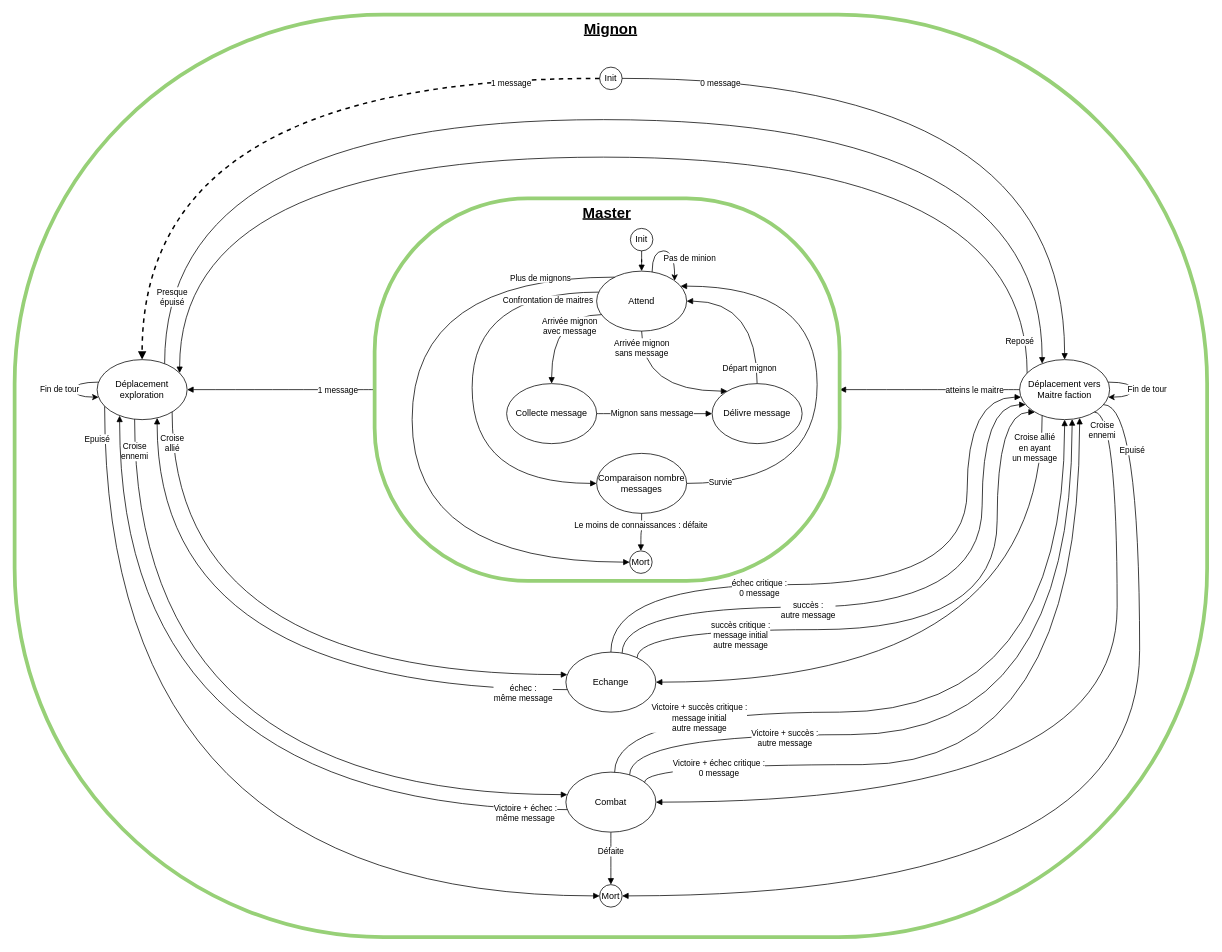
The draw.io diagram schemes/State transition.drawio in Xisabla/Illuvatar, before the edit. Source tidied: cells renumbered, new cells numbered last; positions are measured from the earlier drawing's top-left corner, leaving out a move shared by most shapes. Both pictures are drawn from the tidied source at 75%, with x=0, y=0 at pixel (14, 14).
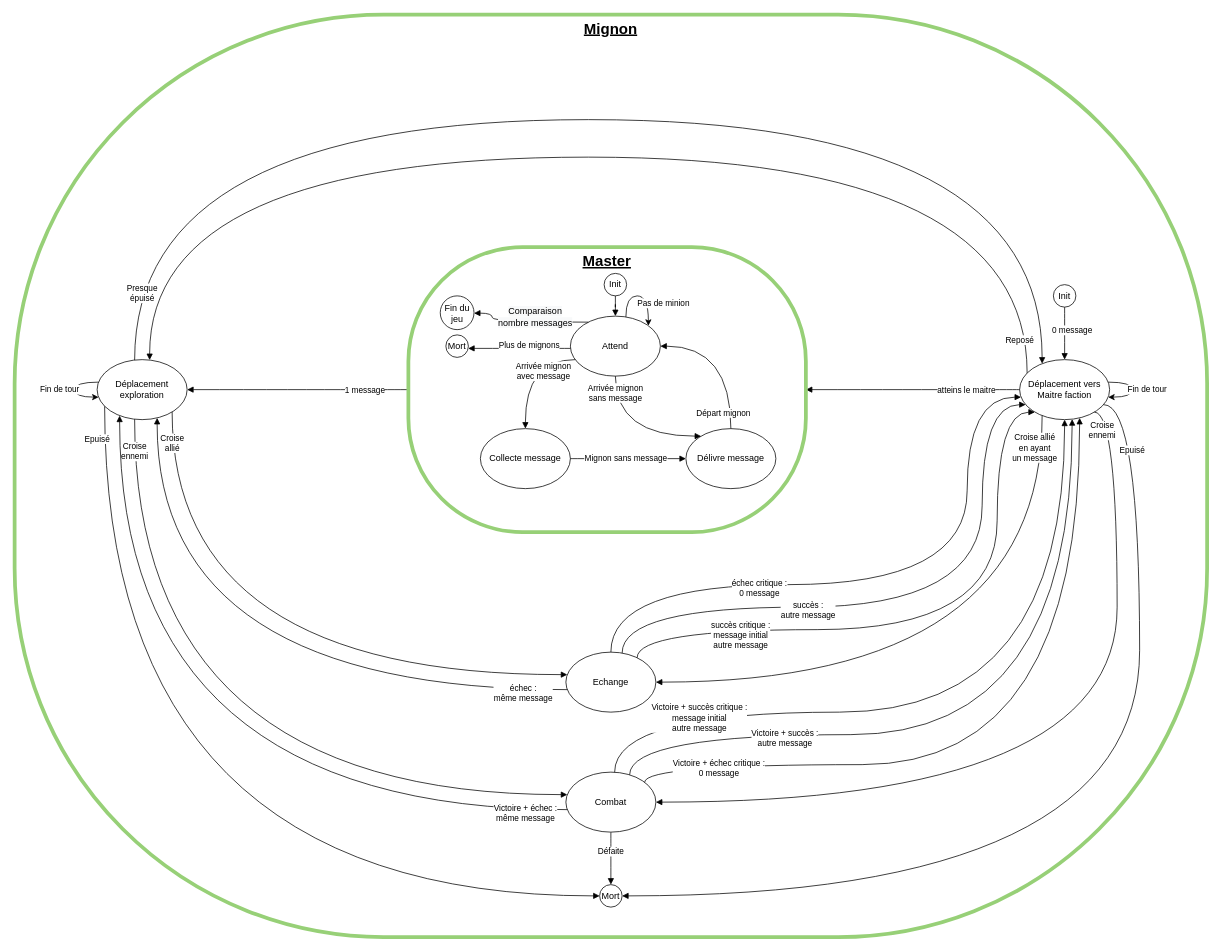
After the change.

Commit message (it also covers changes not shown here):
update schemes with discussions

The change refers to these unchanged cells:
```xml
<mxCell id="5" value="Déplacement&lt;br&gt;exploration" style="ellipse;whiteSpace=wrap;html=1;strokeColor=default;strokeWidth=1;" parent="1" vertex="1">
  <mxGeometry x="110" y="460" width="120" height="80" as="geometry" />
</mxCell>
<mxCell id="16" value="Déplacement vers&lt;br&gt;Maitre faction" style="ellipse;whiteSpace=wrap;html=1;strokeColor=default;strokeWidth=1;" parent="1" vertex="1">
  <mxGeometry x="1340" y="460" width="120" height="80" as="geometry" />
</mxCell>
```

What changed in the source:
```diff
@@
     <mxCell id="4" value="Presque&lt;br&gt;épuisé" style="edgeStyle=orthogonalEdgeStyle;curved=1;jettySize=auto;html=1;endArrow=block;endSize=6;targetPerimeterSpacing=0;verticalAlign=bottom;" parent="1" edge="1" source="5" target="16">
       <mxGeometry x="-0.92" y="-10" relative="1" as="geometry">
         <Array as="points">
-          <mxPoint x="200" y="140" />
+          <mxPoint x="160" y="140" />
           <mxPoint x="1370" y="140" />
         </Array>
       </mxGeometry>
     </mxCell>
@@
     <mxCell id="10" value="Init" style="ellipse;whiteSpace=wrap;html=1;strokeColor=default;strokeWidth=1;" parent="1" vertex="1">
-      <mxGeometry x="780" y="70" width="30" height="30" as="geometry" />
+      <mxGeometry x="1385" y="360" width="30" height="30" as="geometry" />
     </mxCell>
     <mxCell id="11" value="0 message" style="html=1;verticalAlign=bottom;endArrow=block;endSize=6;targetPerimeterSpacing=0;edgeStyle=orthogonalEdgeStyle;curved=1;" parent="1" edge="1" source="10" target="16">
-      <mxGeometry x="-0.73" y="-15" relative="1" as="geometry">
-        <mxPoint x="1" as="offset" />
-      </mxGeometry>
+      <mxGeometry x="0.14" y="10" relative="1" as="geometry" />
     </mxCell>
@@
     <mxCell id="15" value="Reposé" style="edgeStyle=orthogonalEdgeStyle;curved=1;jettySize=auto;html=1;endArrow=block;endSize=6;targetPerimeterSpacing=0;verticalAlign=bottom;" parent="1" edge="1" source="16" target="5">
       <mxGeometry x="-0.96" y="10" relative="1" as="geometry">
         <Array as="points">
           <mxPoint x="1350" y="190" />
-          <mxPoint x="220" y="190" />
+          <mxPoint x="180" y="190" />
         </Array>
       </mxGeometry>
     </mxCell>
@@
-    <mxCell id="21" value="1 message" style="html=1;verticalAlign=bottom;endArrow=block;endSize=6;targetPerimeterSpacing=0;edgeStyle=orthogonalEdgeStyle;curved=1;dashed=1;strokeWidth=2;" parent="1" edge="1" source="10" target="5">
-      <mxGeometry x="-0.76" y="15" relative="1" as="geometry" />
-    </mxCell>
@@
     <mxCell id="30" style="group;" parent="1" vertex="1">
-      <mxGeometry x="480" y="245" width="620" height="510" as="geometry" />
+      <mxGeometry x="480" y="250" width="620" height="510" as="geometry" />
     </mxCell>
     <mxCell id="31" value="Master" style="rounded=1;whiteSpace=wrap;html=1;strokeColor=#97D077;strokeWidth=5;fillColor=none;verticalAlign=top;fontStyle=5;fontSize=20;arcSize=40;" parent="30" vertex="1">
-      <mxGeometry width="620" height="510" as="geometry" />
+      <mxGeometry x="45" y="60" width="530" height="380" as="geometry" />
     </mxCell>
     <mxCell id="32" value="Init" style="ellipse;whiteSpace=wrap;html=1;strokeColor=default;strokeWidth=1;" parent="30" vertex="1">
-      <mxGeometry x="341" y="40" width="30" height="30" as="geometry" />
+      <mxGeometry x="306" y="95" width="30" height="30" as="geometry" />
     </mxCell>
     <mxCell id="33" value="Attend" style="ellipse;whiteSpace=wrap;html=1;strokeColor=default;strokeWidth=1;" parent="30" vertex="1">
-      <mxGeometry x="296" y="97" width="120" height="80" as="geometry" />
+      <mxGeometry x="261" y="152" width="120" height="80" as="geometry" />
     </mxCell>
@@
     <mxCell id="35" value="Collecte message" style="ellipse;whiteSpace=wrap;html=1;strokeColor=default;strokeWidth=1;" parent="30" vertex="1">
-      <mxGeometry x="176" y="247" width="120" height="80" as="geometry" />
+      <mxGeometry x="141" y="302" width="120" height="80" as="geometry" />
     </mxCell>
     <mxCell id="36" value="Arrivée mignon&lt;br&gt;avec message" style="edgeStyle=orthogonalEdgeStyle;curved=1;jettySize=auto;html=1;endArrow=block;endSize=6;targetPerimeterSpacing=0;verticalAlign=bottom;" parent="30" edge="1" source="33" target="35">
       <mxGeometry x="0.22" y="24" relative="1" as="geometry">
         <Array as="points">
-          <mxPoint x="236" y="155" />
+          <mxPoint x="201" y="210" />
         </Array>
       </mxGeometry>
     </mxCell>
     <mxCell id="37" value="Départ mignon" style="edgeStyle=orthogonalEdgeStyle;curved=1;jettySize=auto;html=1;endArrow=block;endSize=6;targetPerimeterSpacing=0;verticalAlign=bottom;" parent="30" edge="1" source="38" target="33">
       <mxGeometry x="-0.88" y="10" relative="1" as="geometry">
         <Array as="points">
-          <mxPoint x="510" y="137" />
+          <mxPoint x="475" y="192" />
         </Array>
       </mxGeometry>
     </mxCell>
     <mxCell id="38" value="Délivre message" style="ellipse;whiteSpace=wrap;html=1;strokeColor=default;strokeWidth=1;" parent="30" vertex="1">
-      <mxGeometry x="450" y="247" width="120" height="80" as="geometry" />
+      <mxGeometry x="415" y="302" width="120" height="80" as="geometry" />
     </mxCell>
     <mxCell id="39" value="Arrivée mignon&lt;br&gt;sans message" style="edgeStyle=orthogonalEdgeStyle;curved=1;jettySize=auto;html=1;endArrow=block;endSize=6;targetPerimeterSpacing=0;verticalAlign=bottom;" parent="30" edge="1" source="33" target="38">
       <mxGeometry x="-0.61" relative="1" as="geometry">
         <Array as="points">
-          <mxPoint x="356" y="257" />
+          <mxPoint x="321" y="312" />
         </Array>
       </mxGeometry>
     </mxCell>
@@
-    <mxCell id="41" style="edgeStyle=orthogonalEdgeStyle;curved=1;jettySize=auto;html=1;endArrow=block;endSize=6;targetPerimeterSpacing=0;verticalAlign=bottom;" parent="30" edge="1" source="43" target="33">
-      <mxGeometry relative="1" as="geometry">
-        <Array as="points">
-          <mxPoint x="590" y="380" />
-          <mxPoint x="590" y="117" />
-        </Array>
-      </mxGeometry>
-    </mxCell>
-    <mxCell id="42" value="Survie" style="edgeLabel;html=1;align=center;verticalAlign=middle;fontSize=11;" parent="41" vertex="1">
-      <mxGeometry x="-0.16" y="6" relative="1" as="geometry">
-        <mxPoint x="-124" y="84" as="offset" />
-      </mxGeometry>
-    </mxCell>
-    <mxCell id="43" value="Comparaison nombre messages" style="ellipse;whiteSpace=wrap;html=1;strokeColor=default;strokeWidth=1;" parent="30" vertex="1">
-      <mxGeometry x="296" y="340" width="120" height="80" as="geometry" />
+    <mxCell id="43" value="Fin du jeu" style="ellipse;whiteSpace=wrap;html=1;strokeColor=default;strokeWidth=1;" parent="30" vertex="1">
+      <mxGeometry x="87.5" y="125" width="45" height="45" as="geometry" />
     </mxCell>
-    <mxCell id="44" value="Confrontation de maitres" style="edgeStyle=orthogonalEdgeStyle;curved=1;jettySize=auto;html=1;endArrow=block;endSize=6;targetPerimeterSpacing=0;verticalAlign=bottom;" parent="30" edge="1" source="33" target="43">
-      <mxGeometry x="-0.77" y="20" relative="1" as="geometry">
+    <mxCell id="44" value="&lt;span style=&quot;font-size: 12px ; background-color: rgb(248 , 249 , 250)&quot;&gt;Comparaison&lt;br&gt;nombre messages&lt;/span&gt;" style="edgeStyle=orthogonalEdgeStyle;curved=1;jettySize=auto;html=1;endArrow=block;endSize=6;targetPerimeterSpacing=0;verticalAlign=bottom;" parent="30" edge="1" source="33" target="43">
+      <mxGeometry x="-0.15" y="10" relative="1" as="geometry">
         <Array as="points">
-          <mxPoint x="130" y="125" />
-          <mxPoint x="130" y="380" />
+          <mxPoint x="157" y="160" />
+          <mxPoint x="157" y="148" />
         </Array>
+        <mxPoint x="-1" as="offset" />
       </mxGeometry>
     </mxCell>
     <mxCell id="45" value="Mort" style="ellipse;whiteSpace=wrap;html=1;strokeColor=default;strokeWidth=1;" parent="30" vertex="1">
-      <mxGeometry x="340" y="470" width="30" height="30" as="geometry" />
+      <mxGeometry x="95" y="177" width="30" height="30" as="geometry" />
     </mxCell>
     <mxCell id="46" value="Plus de mignons" style="edgeStyle=orthogonalEdgeStyle;curved=1;jettySize=auto;html=1;endArrow=block;endSize=6;targetPerimeterSpacing=0;verticalAlign=bottom;" parent="30" edge="1" source="33" target="45">
-      <mxGeometry x="-0.79" y="10" relative="1" as="geometry">
+      <mxGeometry x="-0.2" y="5" relative="1" as="geometry">
         <Array as="points">
-          <mxPoint x="50" y="105" />
-          <mxPoint x="50" y="485" />
+          <mxPoint x="235" y="195" />
+          <mxPoint x="235" y="195" />
         </Array>
       </mxGeometry>
     </mxCell>
-    <mxCell id="47" value="Le moins de connaissances : défaite" style="edgeStyle=orthogonalEdgeStyle;curved=1;jettySize=auto;html=1;endArrow=block;endSize=6;targetPerimeterSpacing=0;verticalAlign=bottom;" parent="30" edge="1" source="43" target="45">
-      <mxGeometry relative="1" as="geometry" />
-    </mxCell>
     <mxCell id="48" value="Pas de minion" style="edgeStyle=orthogonalEdgeStyle;rounded=0;orthogonalLoop=1;jettySize=auto;html=1;curved=1;" parent="30" edge="1" source="33" target="33">
       <mxGeometry x="0.39" y="20" relative="1" as="geometry">
         <Array as="points">
-          <mxPoint x="370" y="70" />
-          <mxPoint x="400" y="80" />
+          <mxPoint x="335" y="125" />
+          <mxPoint x="365" y="135" />
         </Array>
       </mxGeometry>
     </mxCell>
```
